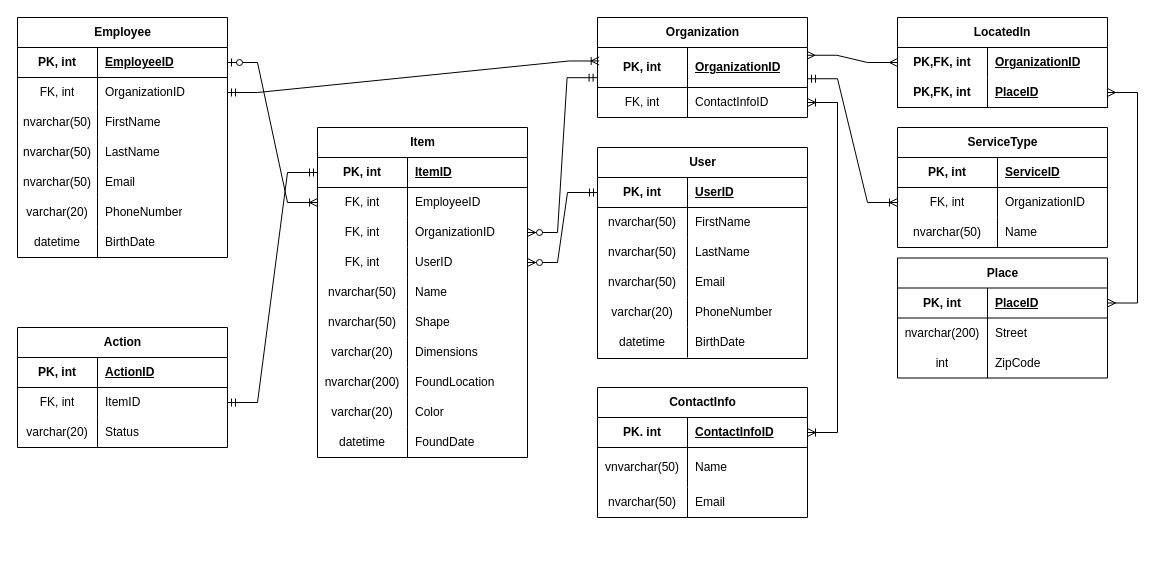
This is physical model.drawio from igor2080/db1_large_project, a draw.io file, before an edit. Source tidied: cells renumbered, new cells numbered last; positions are measured from the earlier drawing's top-left corner, leaving out a move shared by most shapes. Both pictures are drawn from the tidied source at 100%, with x=0, y=0 at pixel (17, 17).
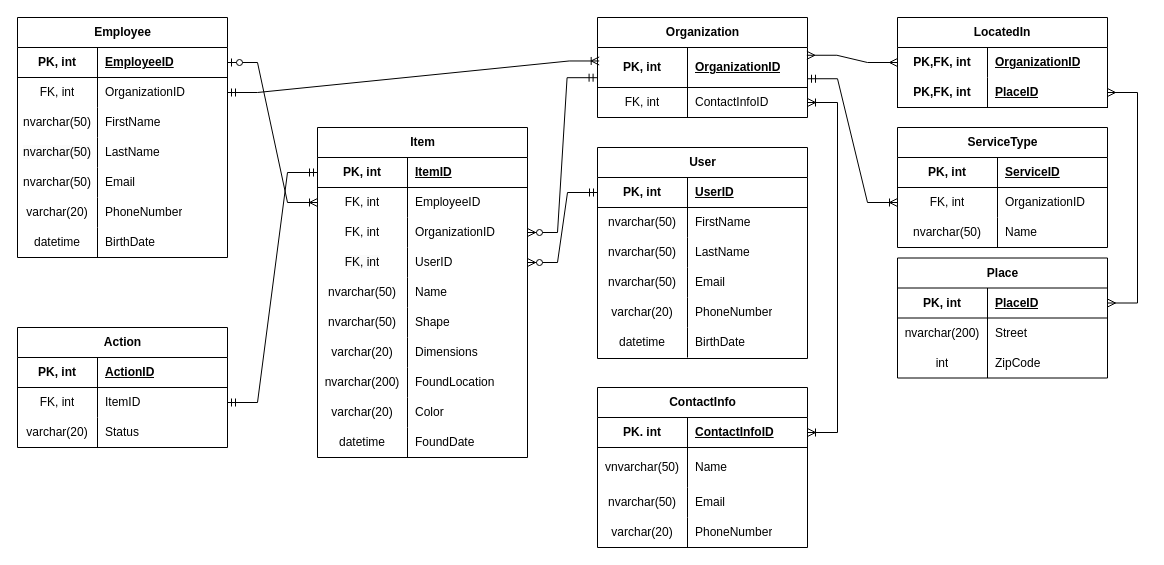
Above is the later version.

Commit message (it also covers changes not shown here):
add phone number to logical, physical models

Change to the diagram source:
```diff
@@
     <mxCell id="96" value="ContactInfo" style="shape=table;startSize=30;childLayout=tableLayout;rowLines=0;fontStyle=1;align=center;html=1;" parent="1" vertex="1">
-      <mxGeometry x="580" y="370" width="210" height="130" as="geometry" />
+      <mxGeometry x="580" y="370" width="210" height="160" as="geometry" />
     </mxCell>
@@
+    <mxCell id="137" style="shape=tableRow;horizontal=0;startSize=0;swimlaneHead=0;swimlaneBody=0;fillColor=none;top=0;left=0;right=0;bottom=0;" parent="96" vertex="1">
+      <mxGeometry y="130" width="210" height="30" as="geometry" />
+    </mxCell>
+    <mxCell id="138" value="varchar(20)" style="shape=partialRectangle;fillColor=none;top=0;left=0;bottom=0;right=0;overflow=hidden;whiteSpace=wrap;html=1;" parent="137" vertex="1">
+      <mxGeometry width="90" height="30" as="geometry" />
+    </mxCell>
+    <mxCell id="139" value="PhoneNumber" style="shape=partialRectangle;fillColor=none;top=0;left=0;bottom=0;right=0;align=left;spacingLeft=6;overflow=hidden;whiteSpace=wrap;html=1;" parent="137" vertex="1">
+      <mxGeometry x="90" width="120" height="30" as="geometry" />
+    </mxCell>
```
